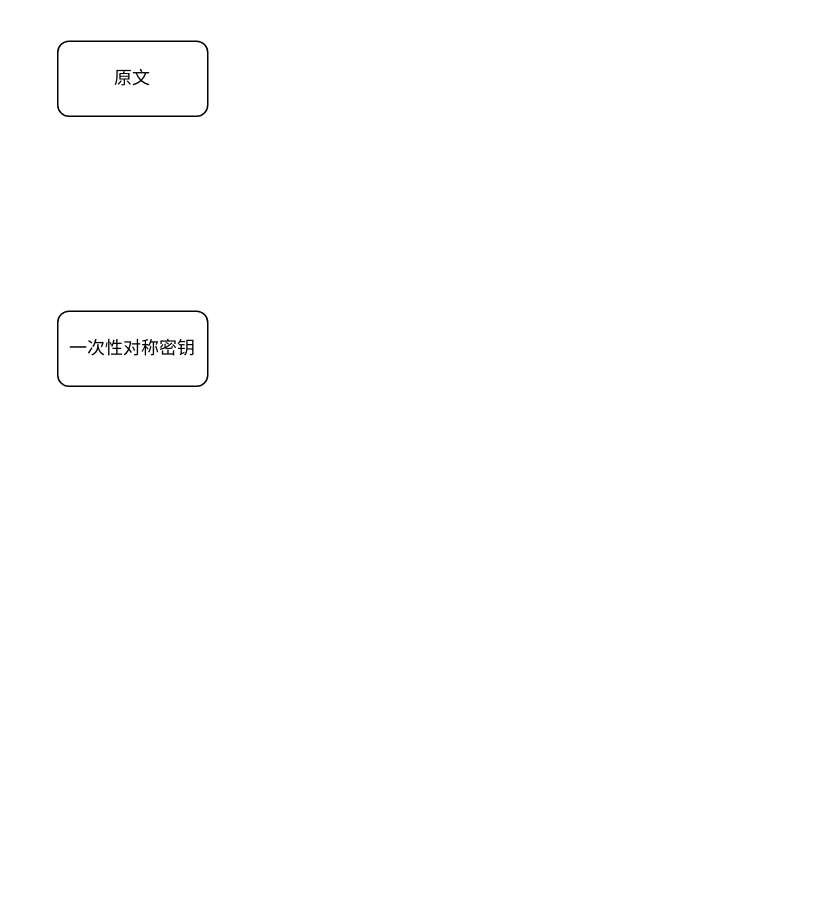
Above: 数字信封.drawio in newgitofzinian/draw (draw.io), before the change. Source tidied: cells renumbered, new cells numbered last; positions are measured from the earlier drawing's top-left corner, leaving out a move shared by most shapes. Both pictures are drawn from the tidied source at 150%, with x=0, y=0 at pixel (57, 40).
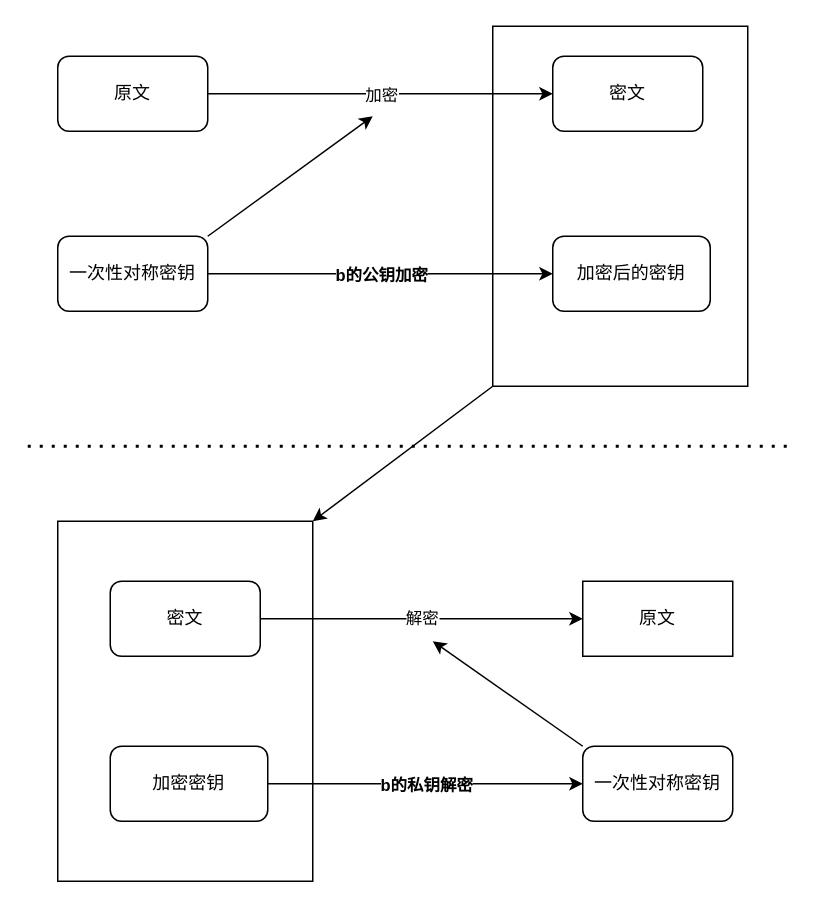
After the change.

Commit message:
更新数字信封.drawio

Diff of the diagram source:
```diff
@@
+    <mxCell id="4" style="rounded=0;whiteSpace=wrap;html=1;direction=south;" parent="1" vertex="1">
+      <mxGeometry x="290" y="-10" width="170" height="240" as="geometry" />
+    </mxCell>
     <mxCell id="2" value="原文" style="rounded=1;whiteSpace=wrap;html=1;" parent="1" vertex="1">
-      <mxGeometry width="100" height="50" as="geometry" />
+      <mxGeometry y="10" width="100" height="50" as="geometry" />
     </mxCell>
     <mxCell id="3" value="一次性对称密钥" style="rounded=1;whiteSpace=wrap;html=1;" parent="1" vertex="1">
-      <mxGeometry y="180" width="100" height="50" as="geometry" />
+      <mxGeometry y="130" width="100" height="50" as="geometry" />
     </mxCell>
+    <mxCell id="5" value="密文" style="rounded=1;whiteSpace=wrap;html=1;" parent="1" vertex="1">
+      <mxGeometry x="330" y="10" width="100" height="50" as="geometry" />
+    </mxCell>
+    <mxCell id="6" style="endArrow=classic;html=1;rounded=0;exitX=1;exitY=0.5;exitDx=0;exitDy=0;entryX=0;entryY=0.5;entryDx=0;entryDy=0;" parent="1" edge="1" source="2" target="5">
+      <mxGeometry relative="1" as="geometry" />
+    </mxCell>
+    <mxCell id="7" value="加密" style="edgeLabel;html=1;align=center;verticalAlign=middle;" parent="6" vertex="1">
+      <mxGeometry relative="1" as="geometry" />
+    </mxCell>
+    <mxCell id="8" style="endArrow=classic;html=1;rounded=0;exitX=1;exitY=0.5;exitDx=0;exitDy=0;entryX=0;entryY=0.5;entryDx=0;entryDy=0;" parent="1" edge="1" source="3" target="10">
+      <mxGeometry relative="1" as="geometry" />
+    </mxCell>
+    <mxCell id="9" value="b的公钥加密" style="edgeLabel;html=1;align=center;verticalAlign=middle;fontStyle=1;" parent="8" vertex="1">
+      <mxGeometry relative="1" as="geometry" />
+    </mxCell>
+    <mxCell id="10" value="加密后的密钥" style="rounded=1;whiteSpace=wrap;html=1;" parent="1" vertex="1">
+      <mxGeometry x="330" y="130" width="105" height="50" as="geometry" />
+    </mxCell>
+    <mxCell id="11" style="rounded=0;whiteSpace=wrap;html=1;direction=south;" parent="1" vertex="1">
+      <mxGeometry y="320" width="170" height="240" as="geometry" />
+    </mxCell>
+    <mxCell id="12" style="endArrow=classic;html=1;rounded=0;exitX=1;exitY=0;exitDx=0;exitDy=0;" parent="1" edge="1" source="3">
+      <mxGeometry relative="1" as="geometry">
+        <mxPoint x="210" y="50" as="targetPoint" />
+      </mxGeometry>
+    </mxCell>
+    <mxCell id="13" style="endArrow=classic;html=1;rounded=0;exitX=1;exitY=1;exitDx=0;exitDy=0;entryX=0;entryY=0;entryDx=0;entryDy=0;" parent="1" edge="1" source="4" target="11">
+      <mxGeometry relative="1" as="geometry" />
+    </mxCell>
+    <mxCell id="14" style="endArrow=none;dashed=1;html=1;dashPattern=1 3;strokeWidth=2;rounded=0;" parent="1" edge="1">
+      <mxGeometry relative="1" as="geometry">
+        <mxPoint x="-20" y="270" as="sourcePoint" />
+        <mxPoint x="490" y="270" as="targetPoint" />
+      </mxGeometry>
+    </mxCell>
+    <mxCell id="15" value="密文" style="rounded=1;whiteSpace=wrap;html=1;" parent="1" vertex="1">
+      <mxGeometry x="35" y="360" width="100" height="50" as="geometry" />
+    </mxCell>
+    <mxCell id="16" value="加密密钥" style="rounded=1;whiteSpace=wrap;html=1;" parent="1" vertex="1">
+      <mxGeometry x="35" y="470" width="105" height="50" as="geometry" />
+    </mxCell>
+    <mxCell id="17" value="一次性对称密钥" style="rounded=1;whiteSpace=wrap;html=1;" parent="1" vertex="1">
+      <mxGeometry x="350" y="470" width="100" height="50" as="geometry" />
+    </mxCell>
+    <mxCell id="18" style="endArrow=classic;html=1;rounded=0;exitX=1;exitY=0.5;exitDx=0;exitDy=0;entryX=0;entryY=0.5;entryDx=0;entryDy=0;" parent="1" edge="1" source="16" target="17">
+      <mxGeometry relative="1" as="geometry" />
+    </mxCell>
+    <mxCell id="19" value="b的私钥解密" style="edgeLabel;html=1;align=center;verticalAlign=middle;fontStyle=1;" parent="18" vertex="1">
+      <mxGeometry relative="1" as="geometry" />
+    </mxCell>
+    <mxCell id="20" value="解密" style="endArrow=classic;html=1;rounded=0;exitX=1;exitY=0.5;exitDx=0;exitDy=0;entryX=0;entryY=0.5;entryDx=0;entryDy=0;" parent="1" edge="1" source="15" target="21">
+      <mxGeometry relative="1" as="geometry" />
+    </mxCell>
+    <mxCell id="21" value="原文" style="rounded=1;whiteSpace=wrap;html=1;arcSize=0;" parent="1" vertex="1">
+      <mxGeometry x="350" y="360" width="100" height="50" as="geometry" />
+    </mxCell>
+    <mxCell id="22" style="endArrow=classic;html=1;rounded=0;exitX=0;exitY=0;exitDx=0;exitDy=0;" parent="1" edge="1" source="17">
+      <mxGeometry relative="1" as="geometry">
+        <mxPoint x="250" y="400" as="targetPoint" />
+      </mxGeometry>
+    </mxCell>
```
